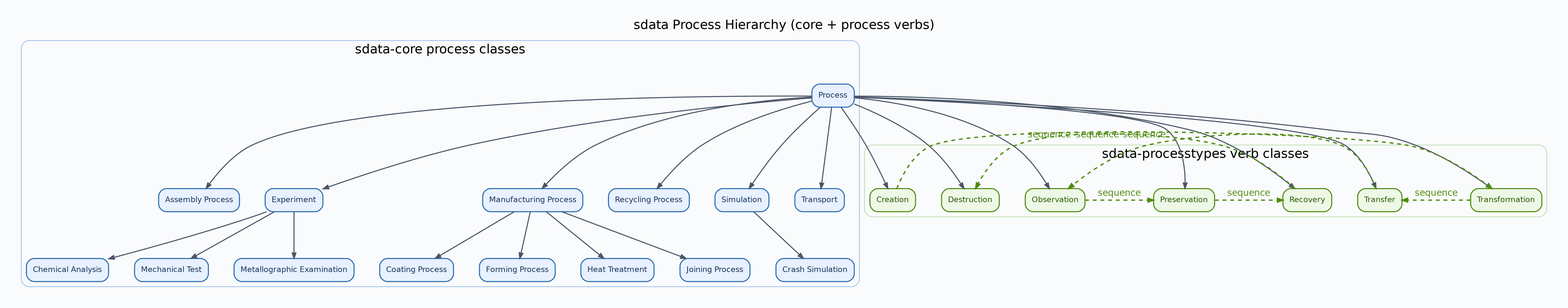
This is docs/diagrams/sdata-process-dual-hierarchy.png from lepy/sdata-ontology, a Graphviz export, as it was before one commit. Its source is kept beside it as docs/diagrams/sdata-process-dual-hierarchy.dot.
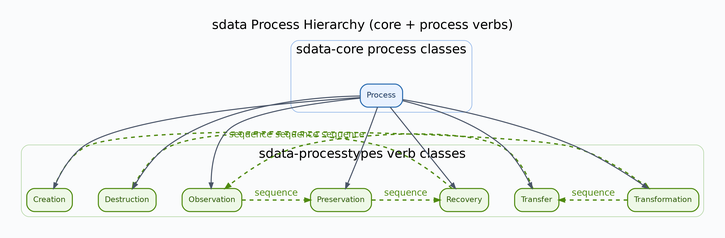
The same file after the commit.

The edit, as a diff of the source:
```diff
@@ -26,72 +26,6 @@
 		fontname=Helvetica,
 		penwidth=1.6
 	];
-	subgraph cluster_process_core {
-		graph [color="#90B5E8",
-			label="sdata-core process classes",
-			style=rounded
-		];
-		"https://w3id.org/sdata/core/AssemblyProcess"	[color="#2B6CB0",
-			fillcolor="#E8F1FF",
-			fontcolor="#1A365D",
-			label="Assembly Process"];
-		"https://w3id.org/sdata/core/ChemicalAnalysis"	[color="#2B6CB0",
-			fillcolor="#E8F1FF",
-			fontcolor="#1A365D",
-			label="Chemical Analysis"];
-		"https://w3id.org/sdata/core/CoatingProcess"	[color="#2B6CB0",
-			fillcolor="#E8F1FF",
-			fontcolor="#1A365D",
-			label="Coating Process"];
-		"https://w3id.org/sdata/core/CrashSimulation"	[color="#2B6CB0",
-			fillcolor="#E8F1FF",
-			fontcolor="#1A365D",
-			label="Crash Simulation"];
-		"https://w3id.org/sdata/core/Experiment"	[color="#2B6CB0",
-			fillcolor="#E8F1FF",
-			fontcolor="#1A365D",
-			label=Experiment];
-		"https://w3id.org/sdata/core/FormingProcess"	[color="#2B6CB0",
-			fillcolor="#E8F1FF",
-			fontcolor="#1A365D",
-			label="Forming Process"];
-		"https://w3id.org/sdata/core/HeatTreatment"	[color="#2B6CB0",
-			fillcolor="#E8F1FF",
-			fontcolor="#1A365D",
-			label="Heat Treatment"];
-		"https://w3id.org/sdata/core/JoiningProcess"	[color="#2B6CB0",
-			fillcolor="#E8F1FF",
-			fontcolor="#1A365D",
-			label="Joining Process"];
-		"https://w3id.org/sdata/core/ManufacturingProcess"	[color="#2B6CB0",
-			fillcolor="#E8F1FF",
-			fontcolor="#1A365D",
-			label="Manufacturing Process"];
-		"https://w3id.org/sdata/core/MechanicalTest"	[color="#2B6CB0",
-			fillcolor="#E8F1FF",
-			fontcolor="#1A365D",
-			label="Mechanical Test"];
-		"https://w3id.org/sdata/core/MetallographicExamination"	[color="#2B6CB0",
-			fillcolor="#E8F1FF",
-			fontcolor="#1A365D",
-			label="Metallographic Examination"];
-		"https://w3id.org/sdata/core/Process"	[color="#2B6CB0",
-			fillcolor="#E8F1FF",
-			fontcolor="#1A365D",
-			label=Process];
-		"https://w3id.org/sdata/core/RecyclingProcess"	[color="#2B6CB0",
-			fillcolor="#E8F1FF",
-			fontcolor="#1A365D",
-			label="Recycling Process"];
-		"https://w3id.org/sdata/core/Simulation"	[color="#2B6CB0",
-			fillcolor="#E8F1FF",
-			fontcolor="#1A365D",
-			label=Simulation];
-		"https://w3id.org/sdata/core/Transport"	[color="#2B6CB0",
-			fillcolor="#E8F1FF",
-			fontcolor="#1A365D",
-			label=Transport];
-	}
 	subgraph cluster_process_proc {
 		graph [color="#B6D7A8",
 			label="sdata-processtypes verb classes",
@@ -126,19 +60,22 @@
 			fontcolor="#2F5D08",
 			label=Transformation];
 	}
+	subgraph cluster_process_core {
+		graph [color="#90B5E8",
+			label="sdata-core process classes",
+			style=rounded
+		];
+		"https://w3id.org/sdata/core/Process"	[color="#2B6CB0",
+			fillcolor="#E8F1FF",
+			fontcolor="#1A365D",
+			label=Process];
+	}
 	"https://w3id.org/sdata/core/Creation" -> "https://w3id.org/sdata/core/Transformation"	[color="#4F8A10",
 		constraint=false,
 		fontcolor="#4F8A10",
 		label=sequence,
 		penwidth=2.0,
 		style=dashed];
-	"https://w3id.org/sdata/core/Experiment" -> "https://w3id.org/sdata/core/ChemicalAnalysis";
-	"https://w3id.org/sdata/core/Experiment" -> "https://w3id.org/sdata/core/MechanicalTest";
-	"https://w3id.org/sdata/core/Experiment" -> "https://w3id.org/sdata/core/MetallographicExamination";
-	"https://w3id.org/sdata/core/ManufacturingProcess" -> "https://w3id.org/sdata/core/CoatingProcess";
-	"https://w3id.org/sdata/core/ManufacturingProcess" -> "https://w3id.org/sdata/core/FormingProcess";
-	"https://w3id.org/sdata/core/ManufacturingProcess" -> "https://w3id.org/sdata/core/HeatTreatment";
-	"https://w3id.org/sdata/core/ManufacturingProcess" -> "https://w3id.org/sdata/core/JoiningProcess";
 	"https://w3id.org/sdata/core/Observation" -> "https://w3id.org/sdata/core/Preservation"	[color="#4F8A10",
 		constraint=false,
 		fontcolor="#4F8A10",
@@ -151,26 +88,19 @@
 		label=sequence,
 		penwidth=2.0,
 		style=dashed];
-	"https://w3id.org/sdata/core/Process" -> "https://w3id.org/sdata/core/AssemblyProcess";
 	"https://w3id.org/sdata/core/Process" -> "https://w3id.org/sdata/core/Creation";
 	"https://w3id.org/sdata/core/Process" -> "https://w3id.org/sdata/core/Destruction";
-	"https://w3id.org/sdata/core/Process" -> "https://w3id.org/sdata/core/Experiment";
-	"https://w3id.org/sdata/core/Process" -> "https://w3id.org/sdata/core/ManufacturingProcess";
 	"https://w3id.org/sdata/core/Process" -> "https://w3id.org/sdata/core/Observation";
 	"https://w3id.org/sdata/core/Process" -> "https://w3id.org/sdata/core/Preservation";
 	"https://w3id.org/sdata/core/Process" -> "https://w3id.org/sdata/core/Recovery";
-	"https://w3id.org/sdata/core/Process" -> "https://w3id.org/sdata/core/RecyclingProcess";
-	"https://w3id.org/sdata/core/Process" -> "https://w3id.org/sdata/core/Simulation";
 	"https://w3id.org/sdata/core/Process" -> "https://w3id.org/sdata/core/Transfer";
 	"https://w3id.org/sdata/core/Process" -> "https://w3id.org/sdata/core/Transformation";
-	"https://w3id.org/sdata/core/Process" -> "https://w3id.org/sdata/core/Transport";
 	"https://w3id.org/sdata/core/Recovery" -> "https://w3id.org/sdata/core/Destruction"	[color="#4F8A10",
 		constraint=false,
 		fontcolor="#4F8A10",
 		label=sequence,
 		penwidth=2.0,
 		style=dashed];
-	"https://w3id.org/sdata/core/Simulation" -> "https://w3id.org/sdata/core/CrashSimulation";
 	"https://w3id.org/sdata/core/Transfer" -> "https://w3id.org/sdata/core/Observation"	[color="#4F8A10",
 		constraint=false,
 		fontcolor="#4F8A10",
```
